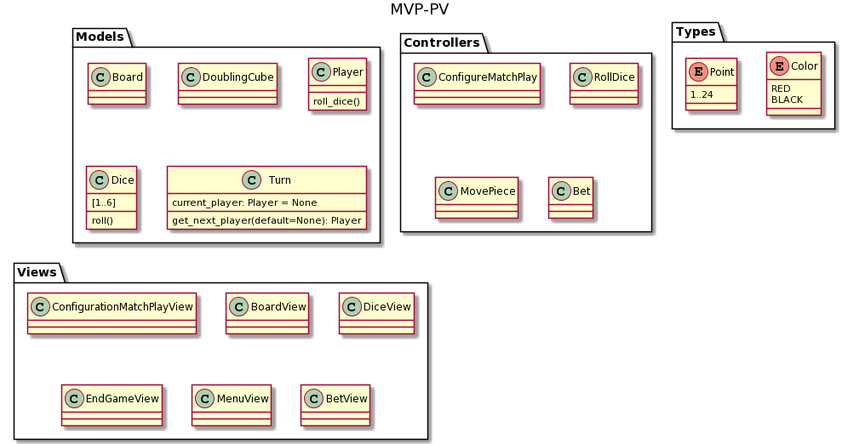
This is docs/analysis/analysis.png from USantaTecla-game-backgammon/backgammon, a PlantUML export, as it was before one commit.
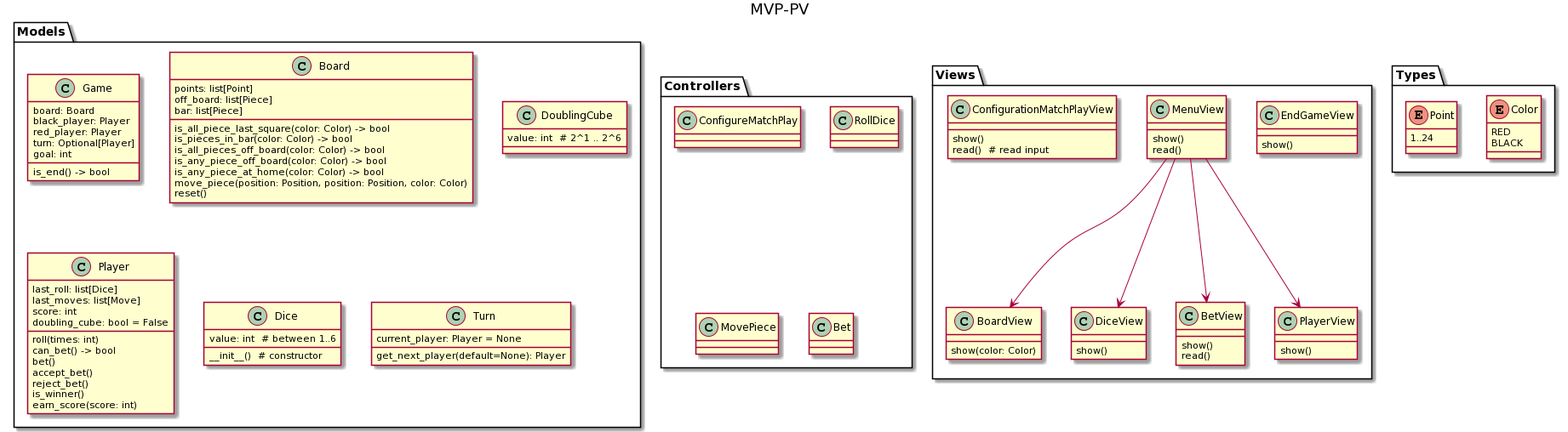
Later version of the same file.

Commit message:
Update analysis diagram

Change to the diagram source:
```diff
@@ -2,16 +2,55 @@
 title MVP-PV
 
 package Models {
-    class Board
-    class DoublingCube
-    class Player{
-        roll_dice()
+    class Game {
+        board: Board
+        black_player: Player
+        red_player: Player
+        turn: Optional[Player]
+        goal: int
+
+        is_end() -> bool
     }
-    class Dice{
-        [1..6]
-        roll()
+
+    class Board {
+        points: list[Point]
+        off_board: list[Piece]
+        bar: list[Piece]
+
+        is_all_piece_last_square(color: Color) -> bool
+        is_pieces_in_bar(color: Color) -> bool
+        is_all_pieces_off_board(color: Color) -> bool
+        is_any_piece_off_board(color: Color) -> bool
+        is_any_piece_at_home(color: Color) -> bool
+        move_piece(position: Position, position: Position, color: Color)
+        reset()
     }
-    class Turn{
+
+    class DoublingCube {
+        value: int  # 2^1 .. 2^6
+    }
+
+    class Player {
+        last_roll: list[Dice]
+        last_moves: list[Move]
+        score: int
+        doubling_cube: bool = False
+
+        roll(times: int)
+        can_bet() -> bool
+        bet()
+        accept_bet()
+        reject_bet()
+        is_winner()
+        earn_score(score: int)
+    }
+
+    class Dice {
+        value: int  # between 1..6
+        __init__()  # constructor
+    }
+
+    class Turn {
         current_player: Player = None
         get_next_player(default=None): Player
     }
@@ -25,12 +64,41 @@
 }
 
 package Views {
-    class ConfigurationMatchPlayView
-    class BoardView
-    class DiceView
-    class EndGameView
-    class MenuView
-    class BetView
+    class EndGameView {
+        show()
+    }
+
+    class MenuView {
+        show()
+        read()
+    }
+
+    class ConfigurationMatchPlayView {
+        show()
+        read()  # read input
+    }
+
+    class BoardView {
+        show(color: Color)
+    }
+
+    class DiceView {
+        show()
+    }
+
+    class BetView {
+        show()
+        read()
+    }
+
+    class PlayerView {
+        show()
+    }
+
+    MenuView --> BoardView
+    MenuView --> PlayerView
+    MenuView --> DiceView
+    MenuView --> BetView
 }
 
 package Types {
@@ -38,6 +106,7 @@
         RED
         BLACK
     }
+
     enum Point {
         1..24
     }
```
